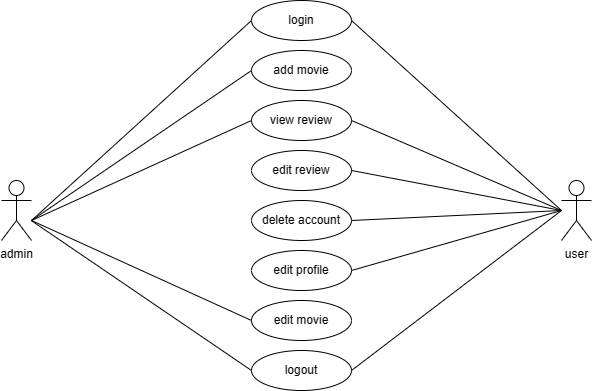
thapasubham/movie-review keeps this draw.io diagram as usecase.drawio.png. Above is the earlier version. Source tidied: cells renumbered, new cells last; positions are measured from the earlier drawing's top-left corner, leaving out a move shared by most shapes.
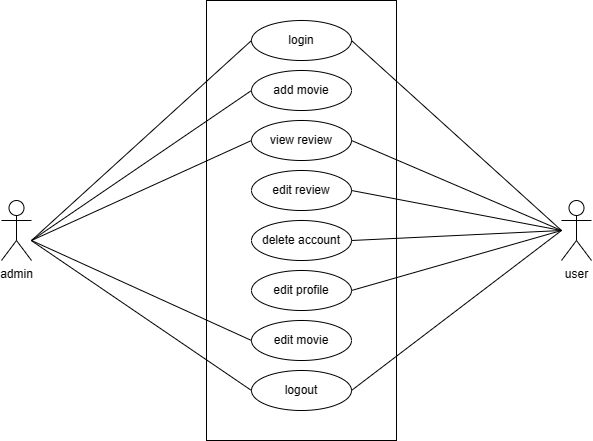
After the commit.

Diff of the diagram source:
```diff
@@ -85,5 +85,8 @@
         <mxPoint x="30" y="220" as="targetPoint" />
       </mxGeometry>
     </mxCell>
+    <mxCell id="23" style="rounded=0;whiteSpace=wrap;html=1;fillColor=none;" parent="1" vertex="1">
+      <mxGeometry x="205" y="-20" width="190" height="440" as="geometry" />
+    </mxCell>
   </root>
 </mxGraphModel>
```
